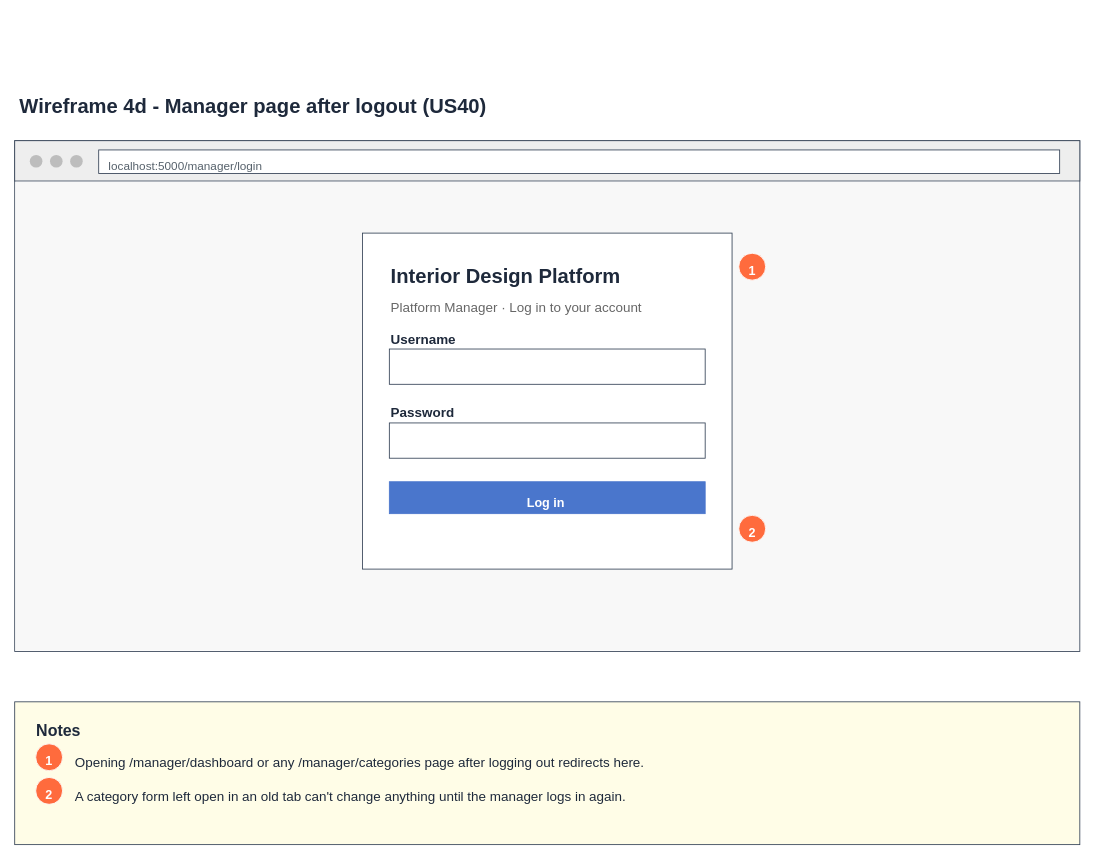
Earlier version of the draw.io diagram page "4d Wireframe - Protected page blocked" (5 of 7) of Sprint_2/US40 - Platform Manager Log out/US40 Platform manager log out.drawio (Hanzxc/CSIT314-ARCHSS). Source tidied: cells renumbered, new cells numbered last; positions are measured from the earlier drawing's top-left corner, leaving out a move shared by most shapes. Both pictures are drawn from the tidied source at 84%, with x=0, y=0 at pixel (14, 88).
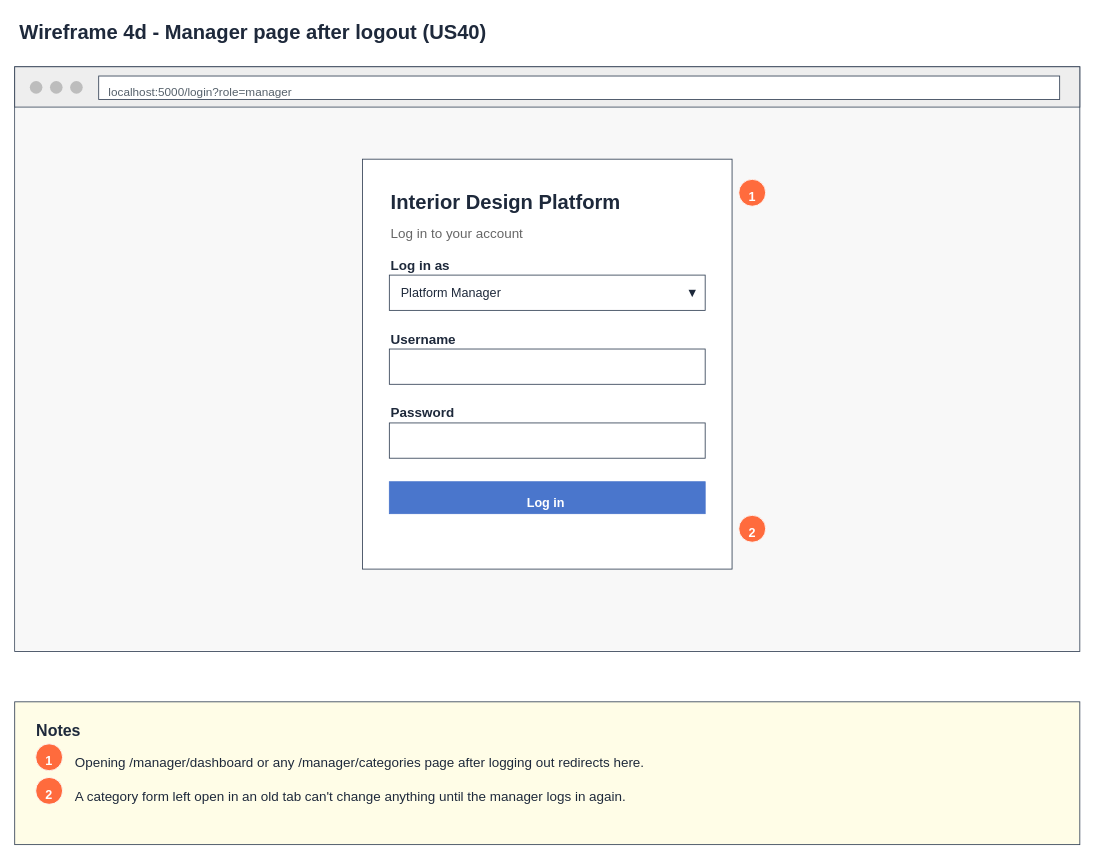
Above is the later version.

Diff of the diagram source:
```diff
@@
     <mxCell id="2" value="Wireframe 4d - Manager page after logout (US40)" style="text;html=0;align=left;verticalAlign=top;fontSize=24;fontStyle=1;fontColor=#1e293b;" parent="1" vertex="1">
-      <mxGeometry x="4" width="1250" height="36" as="geometry" />
+      <mxGeometry x="4" y="-88" width="1250" height="36" as="geometry" />
     </mxCell>
     <mxCell id="3" style="rounded=0;whiteSpace=wrap;fillColor=#ffffff;strokeColor=#334155;" parent="1" vertex="1">
-      <mxGeometry y="62" width="1268" height="608" as="geometry" />
+      <mxGeometry y="-26" width="1268" height="696" as="geometry" />
     </mxCell>
     <mxCell id="4" style="rounded=0;whiteSpace=wrap;fillColor=#eeeeee;strokeColor=#334155;" parent="1" vertex="1">
-      <mxGeometry y="62" width="1268" height="48" as="geometry" />
+      <mxGeometry y="-26" width="1268" height="48" as="geometry" />
     </mxCell>
     <mxCell id="5" style="ellipse;fillColor=#bdbdbd;strokeColor=none;" parent="1" vertex="1">
-      <mxGeometry x="18" y="79" width="15" height="15" as="geometry" />
+      <mxGeometry x="18" y="-9" width="15" height="15" as="geometry" />
     </mxCell>
     <mxCell id="6" style="ellipse;fillColor=#bdbdbd;strokeColor=none;" parent="1" vertex="1">
-      <mxGeometry x="42" y="79" width="15" height="15" as="geometry" />
+      <mxGeometry x="42" y="-9" width="15" height="15" as="geometry" />
     </mxCell>
     <mxCell id="7" style="ellipse;fillColor=#bdbdbd;strokeColor=none;" parent="1" vertex="1">
-      <mxGeometry x="66" y="79" width="15" height="15" as="geometry" />
+      <mxGeometry x="66" y="-9" width="15" height="15" as="geometry" />
     </mxCell>
     <mxCell id="8" style="rounded=0;whiteSpace=wrap;fillColor=#ffffff;strokeColor=#334155;" parent="1" vertex="1">
-      <mxGeometry x="100" y="73" width="1144" height="28" as="geometry" />
+      <mxGeometry x="100" y="-15" width="1144" height="28" as="geometry" />
     </mxCell>
-    <mxCell id="9" value="localhost:5000/manager/login" style="text;html=0;align=left;verticalAlign=top;fontSize=14;fontStyle=0;fontColor=#56616b;" parent="1" vertex="1">
-      <mxGeometry x="110" y="77" width="195" height="23" as="geometry" />
+    <mxCell id="9" value="localhost:5000/login?role=manager" style="text;html=0;align=left;verticalAlign=top;fontSize=14;fontStyle=0;fontColor=#56616b;" parent="1" vertex="1">
+      <mxGeometry x="110" y="-11" width="195" height="23" as="geometry" />
     </mxCell>
     <mxCell id="10" style="rounded=0;whiteSpace=wrap;fillColor=#f8f8f8;strokeColor=none;" parent="1" vertex="1">
-      <mxGeometry x="1" y="111" width="1266" height="558" as="geometry" />
+      <mxGeometry x="1" y="23" width="1266" height="646" as="geometry" />
     </mxCell>
     <mxCell id="11" style="rounded=0;whiteSpace=wrap;fillColor=#ffffff;strokeColor=#334155;" parent="1" vertex="1">
-      <mxGeometry x="414" y="172" width="440" height="400" as="geometry" />
+      <mxGeometry x="414" y="84" width="440" height="488" as="geometry" />
     </mxCell>
     <mxCell id="12" value="Interior Design Platform" style="text;html=0;align=left;verticalAlign=top;fontSize=24;fontStyle=1;fontColor=#1e293b;" parent="1" vertex="1">
-      <mxGeometry x="446" y="202" width="282" height="36" as="geometry" />
+      <mxGeometry x="446" y="114" width="282" height="36" as="geometry" />
     </mxCell>
-    <mxCell id="13" value="Platform Manager · Log in to your account" style="text;html=0;align=left;verticalAlign=top;fontSize=16;fontStyle=0;fontColor=#666666;" parent="1" vertex="1">
-      <mxGeometry x="446" y="244" width="303" height="26" as="geometry" />
+    <mxCell id="13" value="Log in to your account" style="text;html=0;align=left;verticalAlign=top;fontSize=16;fontStyle=0;fontColor=#666666;" parent="1" vertex="1">
+      <mxGeometry x="446" y="156" width="303" height="26" as="geometry" />
     </mxCell>
@@
     <mxCell id="20" style="ellipse;fillColor=#ff6b3d;strokeColor=#ffffff;" parent="1" vertex="1">
-      <mxGeometry x="862" y="196" width="32" height="32" as="geometry" />
+      <mxGeometry x="862" y="108" width="32" height="32" as="geometry" />
     </mxCell>
     <mxCell id="21" value="1" style="text;html=0;align=left;verticalAlign=top;fontSize=15;fontStyle=1;fontColor=#ffffff;" parent="1" vertex="1">
-      <mxGeometry x="872" y="201" width="16" height="24" as="geometry" />
+      <mxGeometry x="872" y="113" width="16" height="24" as="geometry" />
     </mxCell>
@@
+    <mxCell id="32" value="Log in as" style="text;html=0;align=left;verticalAlign=top;fontSize=16;fontStyle=1;fontColor=#1e293b;" parent="1" vertex="1">
+      <mxGeometry x="446" y="194" width="86" height="26" as="geometry" />
+    </mxCell>
+    <mxCell id="33" value="Platform Manager" style="rounded=0;whiteSpace=wrap;fillColor=#ffffff;strokeColor=#334155;align=left;verticalAlign=middle;spacingLeft=12;fontSize=15;fontColor=#1e293b;" parent="1" vertex="1">
+      <mxGeometry x="446" y="222" width="376" height="42" as="geometry" />
+    </mxCell>
+    <mxCell id="34" value="▼" style="rounded=0;whiteSpace=wrap;fillColor=none;strokeColor=none;align=center;verticalAlign=middle;fontSize=15;fontColor=#1e293b;" parent="1" vertex="1">
+      <mxGeometry x="798" y="222" width="18" height="42" as="geometry" />
+    </mxCell>
```
